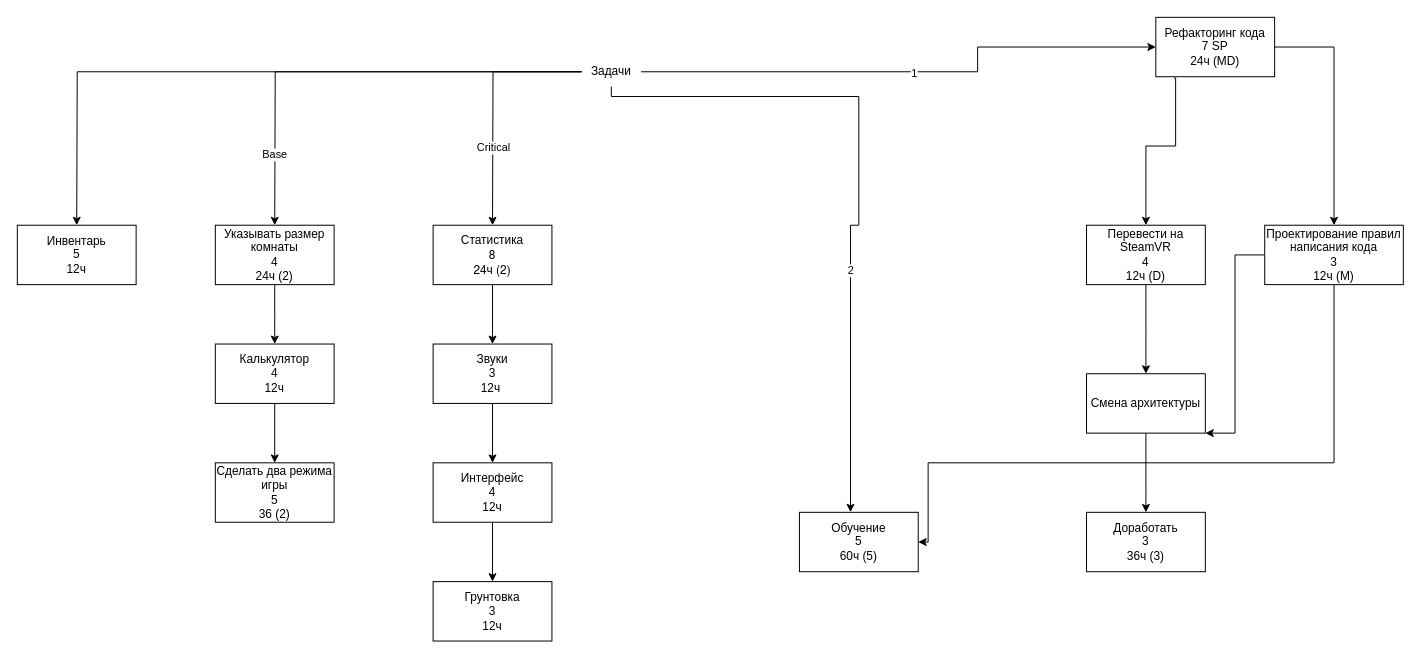
The draw.io diagram Диаграмма без названия.drawio in Ryize/Volma, before the edit. Source tidied: cells renumbered, new cells numbered last; positions are measured from the earlier drawing's top-left corner, leaving out a move shared by most shapes. Both pictures are drawn from the tidied source at 99%, with x=0, y=0 at pixel (17, 17).
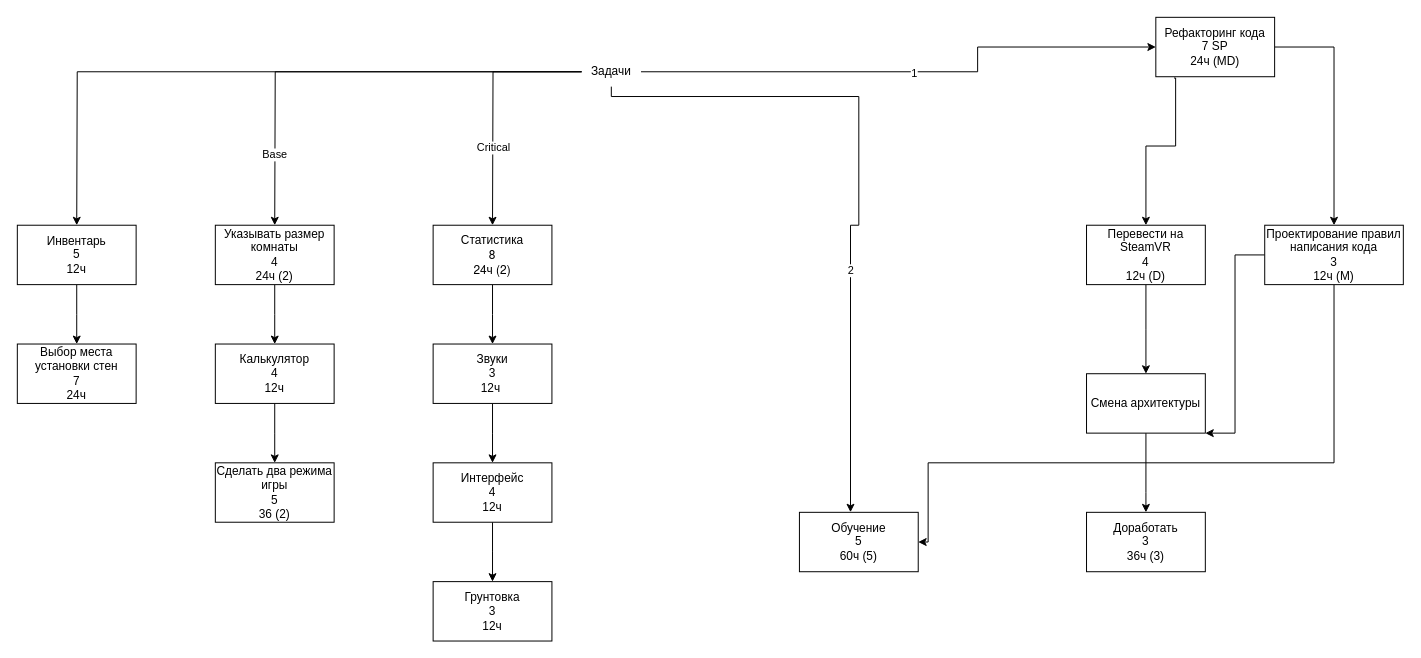
After the change.

The change refers to these unchanged cells:
```xml
<mxCell id="36" value="Инвентарь&lt;br&gt;5&lt;br&gt;12ч" style="rounded=0;whiteSpace=wrap;html=1;" parent="1" vertex="1">
  <mxGeometry y="210" width="120" height="60" as="geometry" />
</mxCell>
```

The edit, as a diff of the source:
```diff
@@
+    <mxCell id="37" style="edgeStyle=orthogonalEdgeStyle;rounded=0;jettySize=auto;html=1;" parent="1" edge="1" source="36">
+      <mxGeometry relative="1" as="geometry">
+        <mxPoint x="60" y="330" as="targetPoint" />
+      </mxGeometry>
+    </mxCell>
@@
+    <mxCell id="38" value="Выбор места установки стен&lt;br&gt;7&lt;br&gt;24ч" style="rounded=0;whiteSpace=wrap;html=1;" parent="1" vertex="1">
+      <mxGeometry y="330" width="120" height="60" as="geometry" />
+    </mxCell>
```
